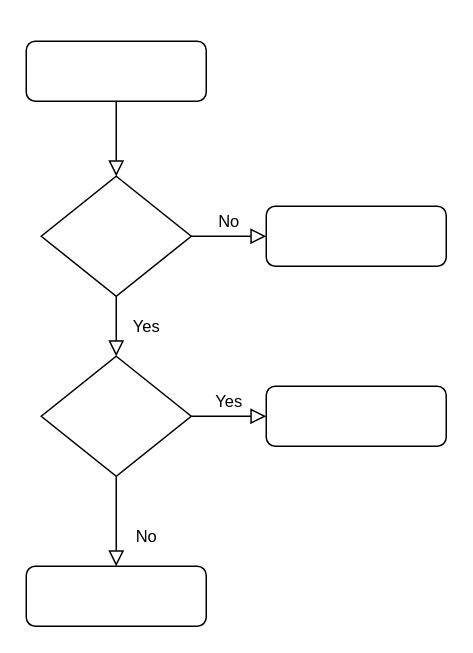
Above: Untitled Diagram.drawio in TeisBajs/SoftwareKonstruktion (draw.io), before the change. Source tidied: cells renumbered, new cells numbered last; positions are measured from the earlier drawing's top-left corner, leaving out a move shared by most shapes. Both pictures are drawn from the tidied source at 150%, with x=0, y=0 at pixel (26, 40).
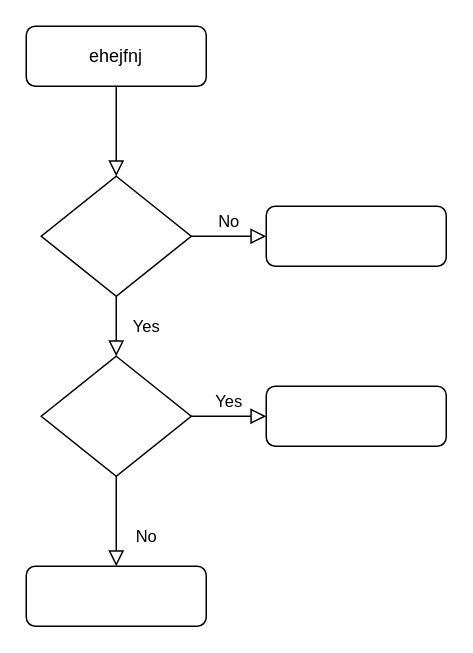
Above is the later version.

What changed in the source:
```diff
@@
 <mxGraphModel>
   <root>
     <mxCell id="0" />
     <mxCell id="1" parent="0" />
     <mxCell id="2" style="rounded=0;html=1;jettySize=auto;fontSize=11;endArrow=block;endFill=0;endSize=8;strokeWidth=1;shadow=0;labelBackgroundColor=none;edgeStyle=orthogonalEdgeStyle;" parent="1" edge="1" source="3" target="6">
       <mxGeometry relative="1" as="geometry" />
     </mxCell>
-    <mxCell id="3" style="rounded=1;whiteSpace=wrap;html=1;fontSize=12;glass=0;strokeWidth=1;shadow=0;" parent="1" vertex="1">
-      <mxGeometry width="120" height="40" as="geometry" />
+    <mxCell id="3" value="ehejfnj" style="rounded=1;whiteSpace=wrap;html=1;fontSize=12;glass=0;strokeWidth=1;shadow=0;" parent="1" vertex="1">
+      <mxGeometry y="-10" width="120" height="40" as="geometry" />
     </mxCell>
     <mxCell id="4" value="Yes" style="rounded=0;html=1;jettySize=auto;fontSize=11;endArrow=block;endFill=0;endSize=8;strokeWidth=1;shadow=0;labelBackgroundColor=none;edgeStyle=orthogonalEdgeStyle;" parent="1" edge="1" source="6" target="10">
       <mxGeometry y="20" relative="1" as="geometry" />
     </mxCell>
     <mxCell id="5" value="No" style="edgeStyle=orthogonalEdgeStyle;rounded=0;html=1;jettySize=auto;fontSize=11;endArrow=block;endFill=0;endSize=8;strokeWidth=1;shadow=0;labelBackgroundColor=none;" parent="1" edge="1" source="6" target="7">
       <mxGeometry y="10" relative="1" as="geometry" />
     </mxCell>
     <mxCell id="6" style="rhombus;whiteSpace=wrap;html=1;shadow=0;fontFamily=Helvetica;fontSize=12;align=center;strokeWidth=1;spacing=6;spacingTop=-4;" parent="1" vertex="1">
       <mxGeometry x="10" y="90" width="100" height="80" as="geometry" />
     </mxCell>
     <mxCell id="7" style="rounded=1;whiteSpace=wrap;html=1;fontSize=12;glass=0;strokeWidth=1;shadow=0;" parent="1" vertex="1">
       <mxGeometry x="160" y="110" width="120" height="40" as="geometry" />
     </mxCell>
     <mxCell id="8" value="No" style="rounded=0;html=1;jettySize=auto;fontSize=11;endArrow=block;endFill=0;endSize=8;strokeWidth=1;shadow=0;labelBackgroundColor=none;edgeStyle=orthogonalEdgeStyle;" parent="1" edge="1" source="10" target="11">
       <mxGeometry x="0.33" y="20" relative="1" as="geometry" />
     </mxCell>
     <mxCell id="9" value="Yes" style="edgeStyle=orthogonalEdgeStyle;rounded=0;html=1;jettySize=auto;fontSize=11;endArrow=block;endFill=0;endSize=8;strokeWidth=1;shadow=0;labelBackgroundColor=none;" parent="1" edge="1" source="10" target="12">
       <mxGeometry y="10" relative="1" as="geometry" />
     </mxCell>
     <mxCell id="10" style="rhombus;whiteSpace=wrap;html=1;shadow=0;fontFamily=Helvetica;fontSize=12;align=center;strokeWidth=1;spacing=6;spacingTop=-4;" parent="1" vertex="1">
       <mxGeometry x="10" y="210" width="100" height="80" as="geometry" />
     </mxCell>
     <mxCell id="11" style="rounded=1;whiteSpace=wrap;html=1;fontSize=12;glass=0;strokeWidth=1;shadow=0;" parent="1" vertex="1">
       <mxGeometry y="350" width="120" height="40" as="geometry" />
     </mxCell>
     <mxCell id="12" style="rounded=1;whiteSpace=wrap;html=1;fontSize=12;glass=0;strokeWidth=1;shadow=0;" parent="1" vertex="1">
       <mxGeometry x="160" y="230" width="120" height="40" as="geometry" />
     </mxCell>
   </root>
 </mxGraphModel>
```
